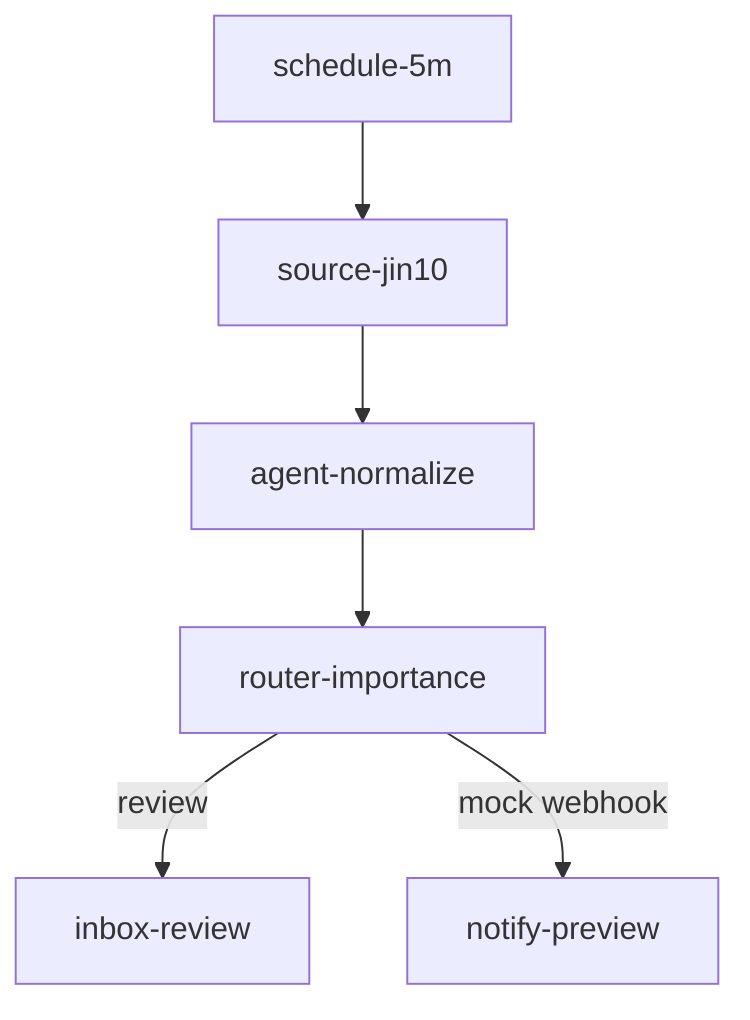
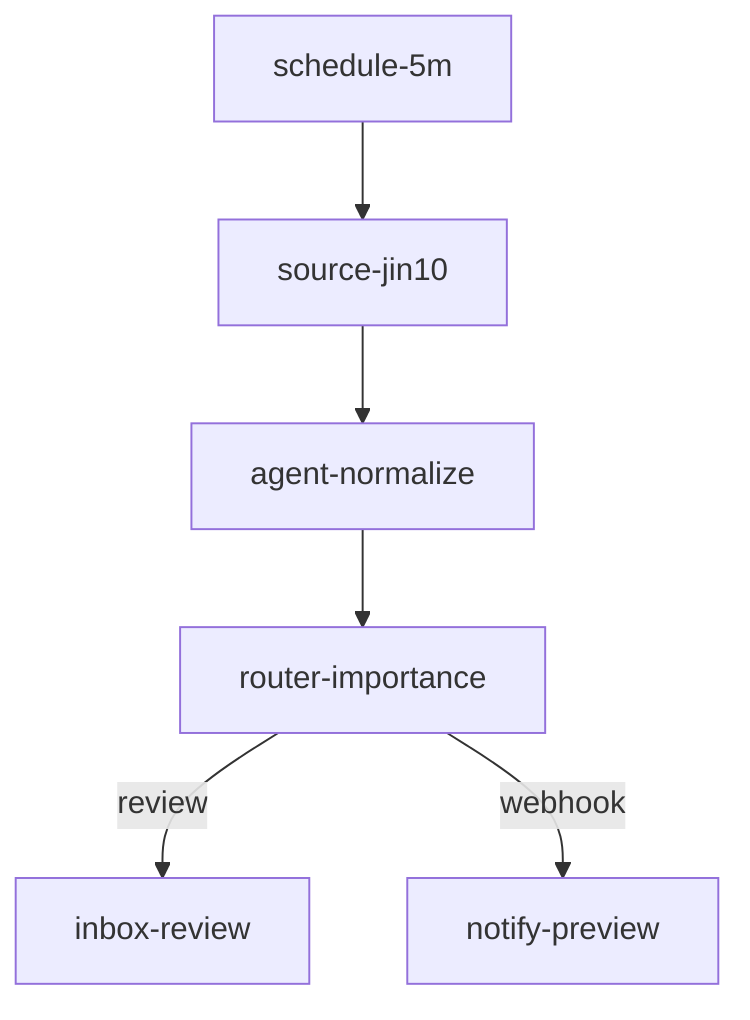
flowchart TB
  schedule-5m["schedule-5m"]
  source-jin10["source-jin10"]
  agent-normalize["agent-normalize"]
  router-importance["router-importance"]
  inbox-review["inbox-review"]
  notify-preview["notify-preview"]
  schedule-5m --> source-jin10
  source-jin10 --> agent-normalize
  agent-normalize --> router-importance
  router-importance -- "review" --> inbox-review
-   router-importance -- "mock webhook" --> notify-preview
+   router-importance -- "webhook" --> notify-preview
  class schedule-5m schedule,trigger;
  class source-jin10 source,fetch;
  class agent-normalize agent,normalize;
  class router-importance router,route;
  class inbox-review inbox,store;
  class notify-preview notify,send;
